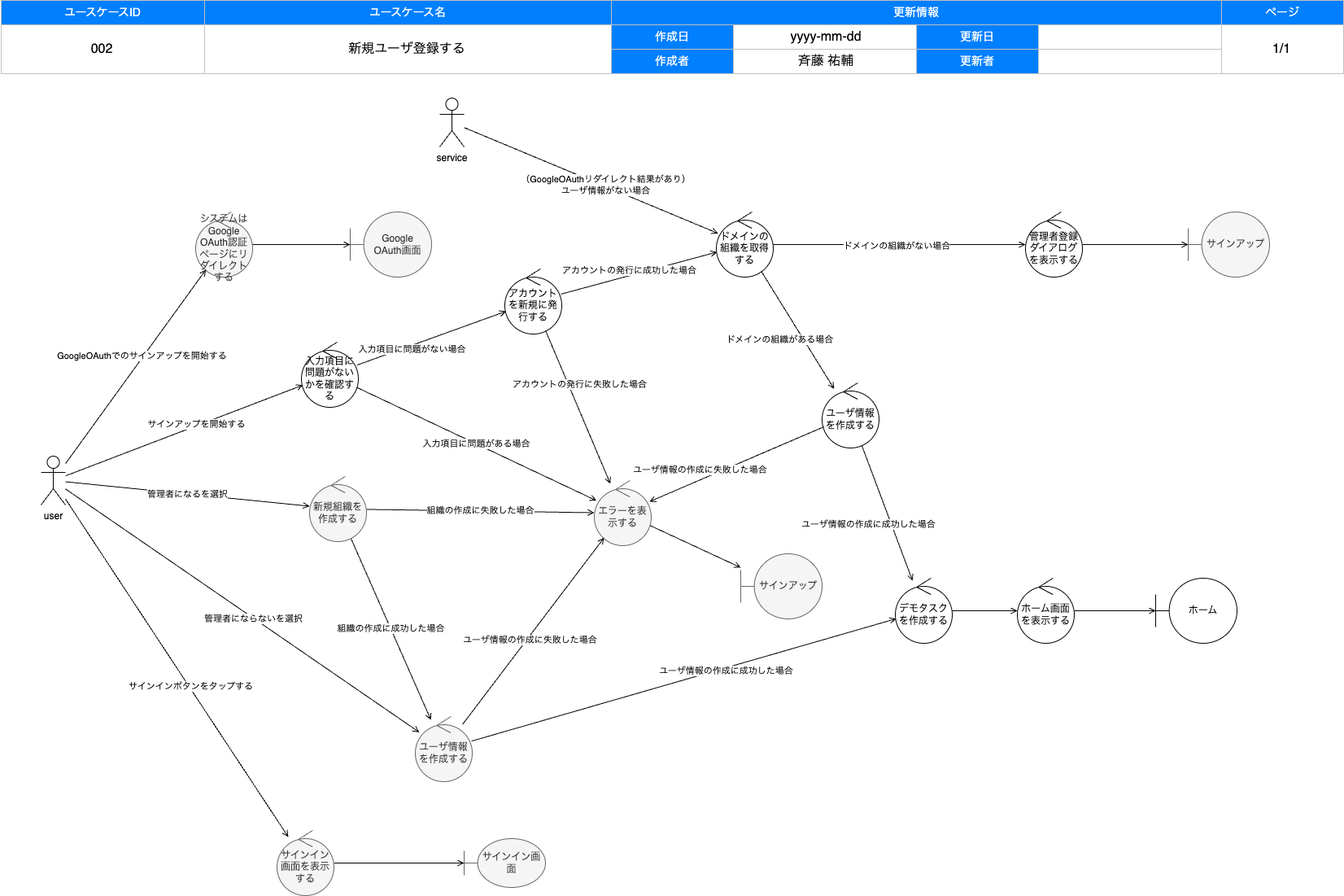
The draw.io diagram documents/authentication/002_signUp.drawio.png in uskithub/CABoilerplate, before a commit. Source tidied: cells renumbered, new cells last; positions are measured from the earlier drawing's top-left corner, leaving out a move shared by most shapes. The source it was exported from:
```xml
<mxGraphModel background="#FFFFFF">
  <root>
    <mxCell id="0" />
    <mxCell id="1" parent="0" />
    <mxCell id="2" style="group;" parent="1" vertex="1">
      <mxGeometry x="1" width="1650" height="90" as="geometry" />
    </mxCell>
    <mxCell id="3" value="ユースケースID" style="rounded=0;whiteSpace=wrap;html=1;strokeColor=#C0C0C0;fontSize=14;labelBorderColor=none;labelBackgroundColor=none;fillColor=#007FFF;fontColor=#FFFFFF;" parent="2" vertex="1">
      <mxGeometry width="250" height="30" as="geometry" />
    </mxCell>
    <mxCell id="4" value="ユースケース名" style="rounded=0;whiteSpace=wrap;html=1;strokeColor=#C0C0C0;fontSize=14;labelBorderColor=none;labelBackgroundColor=none;fillColor=#007FFF;fontColor=#FFFFFF;" parent="2" vertex="1">
      <mxGeometry x="250" width="500" height="30" as="geometry" />
    </mxCell>
    <mxCell id="5" value="更新情報" style="rounded=0;whiteSpace=wrap;html=1;strokeColor=#C0C0C0;fontSize=14;labelBorderColor=none;labelBackgroundColor=none;fillColor=#007FFF;fontColor=#FFFFFF;" parent="2" vertex="1">
      <mxGeometry x="750" width="750" height="30" as="geometry" />
    </mxCell>
    <mxCell id="6" value="ページ" style="rounded=0;whiteSpace=wrap;html=1;strokeColor=#C0C0C0;fontSize=14;labelBorderColor=none;labelBackgroundColor=none;fillColor=#007FFF;fontColor=#FFFFFF;" parent="2" vertex="1">
      <mxGeometry x="1500" width="150" height="30" as="geometry" />
    </mxCell>
    <mxCell id="7" value="&lt;span style=&quot;color: rgba(0 , 0 , 0 , 0) ; font-family: monospace ; font-size: 0px&quot;&gt;%3CmxGraphModel%3E%3Croot%3E%3CmxCell%20id%3D%220%22%2F%3E%3CmxCell%20id%3D%221%22%20parent%3D%220%22%2F%3E%3CmxCell%20id%3D%222%22%20value%3D%22003%22%20style%3D%22text%3Bhtml%3D1%3BstrokeColor%3Dnone%3BfillColor%3Dnone%3Balign%3Dcenter%3BverticalAlign%3Dmiddle%3BwhiteSpace%3Dwrap%3BlabelBackgroundColor%3Dnone%3BfontSize%3D16%3BfontColor%3D%23000000%3B%22%20vertex%3D%221%22%20parent%3D%221%22%3E%3CmxGeometry%20y%3D%2230%22%20width%3D%22250%22%20height%3D%2260%22%20as%3D%22geometry%22%2F%3E%3C%2FmxCell%3E%3C%2Froot%3E%3C%2FmxGraphModel%3E&lt;/span&gt;" style="rounded=0;whiteSpace=wrap;html=1;strokeColor=#C0C0C0;fontSize=14;labelBorderColor=none;labelBackgroundColor=none;fillColor=none;fontColor=#000000;" parent="2" vertex="1">
      <mxGeometry y="30" width="250" height="60" as="geometry" />
    </mxCell>
    <mxCell id="8" style="rounded=0;whiteSpace=wrap;html=1;strokeColor=#C0C0C0;fontSize=14;labelBorderColor=none;labelBackgroundColor=none;fillColor=none;fontColor=#000000;" parent="2" vertex="1">
      <mxGeometry x="250" y="30" width="500" height="60" as="geometry" />
    </mxCell>
    <mxCell id="9" value="作成日" style="rounded=0;whiteSpace=wrap;html=1;strokeColor=#C0C0C0;fontSize=14;labelBorderColor=none;labelBackgroundColor=none;fillColor=#007FFF;fontColor=#FFFFFF;" parent="2" vertex="1">
      <mxGeometry x="750" y="30" width="150" height="30" as="geometry" />
    </mxCell>
    <mxCell id="10" style="rounded=0;whiteSpace=wrap;html=1;strokeColor=#C0C0C0;fontSize=14;labelBorderColor=none;labelBackgroundColor=none;fillColor=none;fontColor=#000000;" parent="2" vertex="1">
      <mxGeometry x="1500" y="30" width="150" height="60" as="geometry" />
    </mxCell>
    <mxCell id="11" value="作成者" style="rounded=0;whiteSpace=wrap;html=1;strokeColor=#C0C0C0;fontSize=14;labelBorderColor=none;labelBackgroundColor=none;fillColor=#007FFF;fontColor=#FFFFFF;" parent="2" vertex="1">
      <mxGeometry x="750" y="60" width="150" height="30" as="geometry" />
    </mxCell>
    <mxCell id="12" value="更新日" style="rounded=0;whiteSpace=wrap;html=1;strokeColor=#C0C0C0;fontSize=14;labelBorderColor=none;labelBackgroundColor=none;fillColor=#007FFF;fontColor=#FFFFFF;" parent="2" vertex="1">
      <mxGeometry x="1125" y="30" width="150" height="30" as="geometry" />
    </mxCell>
    <mxCell id="13" value="更新者" style="rounded=0;whiteSpace=wrap;html=1;strokeColor=#C0C0C0;fontSize=14;labelBorderColor=none;labelBackgroundColor=none;fillColor=#007FFF;fontColor=#FFFFFF;" parent="2" vertex="1">
      <mxGeometry x="1125" y="60" width="150" height="30" as="geometry" />
    </mxCell>
    <mxCell id="14" style="rounded=0;whiteSpace=wrap;html=1;strokeColor=#C0C0C0;fontSize=14;labelBorderColor=none;labelBackgroundColor=none;fillColor=none;fontColor=#000000;" parent="2" vertex="1">
      <mxGeometry x="900" y="30" width="225" height="30" as="geometry" />
    </mxCell>
    <mxCell id="15" style="rounded=0;whiteSpace=wrap;html=1;strokeColor=#C0C0C0;fontSize=14;labelBorderColor=none;labelBackgroundColor=none;fillColor=none;fontColor=#000000;" parent="2" vertex="1">
      <mxGeometry x="1275" y="30" width="225" height="30" as="geometry" />
    </mxCell>
    <mxCell id="16" style="rounded=0;whiteSpace=wrap;html=1;strokeColor=#C0C0C0;fontSize=14;labelBorderColor=none;labelBackgroundColor=none;fillColor=none;fontColor=#000000;" parent="2" vertex="1">
      <mxGeometry x="900" y="60" width="225" height="30" as="geometry" />
    </mxCell>
    <mxCell id="17" style="rounded=0;whiteSpace=wrap;html=1;strokeColor=#C0C0C0;fontSize=14;labelBorderColor=none;labelBackgroundColor=none;fillColor=none;fontColor=#000000;" parent="2" vertex="1">
      <mxGeometry x="1275" y="60" width="225" height="30" as="geometry" />
    </mxCell>
    <mxCell id="18" value="ドキュメント情報" parent="0" />
    <mxCell id="19" value="新規ユーザ登録する" style="text;html=1;strokeColor=none;fillColor=none;align=center;verticalAlign=middle;whiteSpace=wrap;labelBackgroundColor=none;fontSize=16;fontColor=#000000;" parent="18" vertex="1">
      <mxGeometry x="250" y="30" width="500" height="60" as="geometry" />
    </mxCell>
    <mxCell id="20" value="斉藤 祐輔" style="text;html=1;strokeColor=none;fillColor=none;align=center;verticalAlign=middle;whiteSpace=wrap;labelBackgroundColor=none;fontSize=16;fontColor=#000000;" parent="18" vertex="1">
      <mxGeometry x="900" y="60" width="230" height="30" as="geometry" />
    </mxCell>
    <mxCell id="21" value="1/1" style="text;html=1;strokeColor=none;fillColor=none;align=center;verticalAlign=middle;whiteSpace=wrap;labelBackgroundColor=none;fontSize=16;fontColor=#000000;" parent="18" vertex="1">
      <mxGeometry x="1500" y="30" width="150" height="60" as="geometry" />
    </mxCell>
    <mxCell id="22" value="yyyy-mm-dd" style="text;html=1;strokeColor=none;fillColor=none;align=center;verticalAlign=middle;whiteSpace=wrap;labelBackgroundColor=none;fontSize=16;fontColor=#000000;" parent="18" vertex="1">
      <mxGeometry x="900" y="30" width="230" height="30" as="geometry" />
    </mxCell>
    <mxCell id="23" value="002" style="text;html=1;strokeColor=none;fillColor=none;align=center;verticalAlign=middle;whiteSpace=wrap;labelBackgroundColor=none;fontSize=16;fontColor=#000000;" parent="18" vertex="1">
      <mxGeometry y="30" width="250" height="60" as="geometry" />
    </mxCell>
    <mxCell id="24" value="ロバストネス図" parent="0" />
    <mxCell id="25" style="edgeStyle=none;html=1;endArrow=open;endFill=0;" parent="24" edge="1" source="29" target="44">
      <mxGeometry relative="1" as="geometry" />
    </mxCell>
    <mxCell id="26" value="入力項目に問題がない場合" style="edgeLabel;html=1;align=center;verticalAlign=middle;" parent="25" vertex="1">
      <mxGeometry x="-0.29" y="-4" relative="1" as="geometry">
        <mxPoint x="1" as="offset" />
      </mxGeometry>
    </mxCell>
    <mxCell id="27" style="edgeStyle=none;html=1;endArrow=open;endFill=0;" parent="24" edge="1" source="29" target="39">
      <mxGeometry relative="1" as="geometry" />
    </mxCell>
    <mxCell id="28" value="入力項目に問題がある場合" style="edgeLabel;html=1;align=center;verticalAlign=middle;" parent="27" vertex="1">
      <mxGeometry x="-0.01" y="1" relative="1" as="geometry">
        <mxPoint y="1" as="offset" />
      </mxGeometry>
    </mxCell>
    <mxCell id="29" value="入力項目に問題がないかを確認する" style="ellipse;shape=umlControl;whiteSpace=wrap;html=1;" parent="24" vertex="1">
      <mxGeometry x="370" y="420" width="70" height="80" as="geometry" />
    </mxCell>
    <mxCell id="30" style="edgeStyle=none;html=1;endArrow=open;endFill=0;" parent="24" edge="1" source="35" target="29">
      <mxGeometry relative="1" as="geometry" />
    </mxCell>
    <mxCell id="31" value="サインアップを開始する" style="edgeLabel;html=1;align=center;verticalAlign=middle;" parent="30" vertex="1">
      <mxGeometry x="0.11" y="2" relative="1" as="geometry" />
    </mxCell>
    <mxCell id="32" value="管理者になるを選択" style="edgeStyle=none;html=1;endArrow=open;endFill=0;" parent="24" edge="1" source="35" target="75">
      <mxGeometry relative="1" as="geometry" />
    </mxCell>
    <mxCell id="33" style="edgeStyle=none;html=1;endArrow=open;endFill=0;" parent="24" edge="1" source="35" target="80">
      <mxGeometry relative="1" as="geometry" />
    </mxCell>
    <mxCell id="34" value="管理者にならないを選択" style="edgeLabel;html=1;align=center;verticalAlign=middle;" parent="33" vertex="1">
      <mxGeometry x="0.06" y="-1" relative="1" as="geometry" />
    </mxCell>
    <mxCell id="35" value="user" style="shape=umlActor;verticalLabelPosition=bottom;verticalAlign=top;html=1;" parent="24" vertex="1">
      <mxGeometry x="50" y="560" width="30" height="60" as="geometry" />
    </mxCell>
    <mxCell id="36" style="edgeStyle=none;html=1;endArrow=open;endFill=0;" parent="24" edge="1" source="37" target="40">
      <mxGeometry relative="1" as="geometry" />
    </mxCell>
    <mxCell id="37" value="ホーム画面を表示する" style="ellipse;shape=umlControl;whiteSpace=wrap;html=1;" parent="24" vertex="1">
      <mxGeometry x="1250" y="710" width="70" height="80" as="geometry" />
    </mxCell>
    <mxCell id="38" style="edgeStyle=none;html=1;endArrow=open;endFill=0;" parent="24" edge="1" source="39" target="41">
      <mxGeometry relative="1" as="geometry" />
    </mxCell>
    <mxCell id="39" value="エラーを表示する" style="ellipse;shape=umlControl;whiteSpace=wrap;html=1;fillColor=#f5f5f5;strokeColor=#666666;fontColor=#333333;" parent="24" vertex="1">
      <mxGeometry x="730" y="590" width="70" height="80" as="geometry" />
    </mxCell>
    <mxCell id="40" value="ホーム" style="shape=umlBoundary;whiteSpace=wrap;html=1;" parent="24" vertex="1">
      <mxGeometry x="1420" y="710" width="100" height="80" as="geometry" />
    </mxCell>
    <mxCell id="41" value="サインアップ" style="shape=umlBoundary;whiteSpace=wrap;html=1;fillColor=#f5f5f5;fontColor=#333333;strokeColor=#666666;" parent="24" vertex="1">
      <mxGeometry x="910" y="680" width="100" height="80" as="geometry" />
    </mxCell>
    <mxCell id="42" style="edgeStyle=none;html=1;endArrow=open;endFill=0;" parent="24" edge="1" source="44" target="65">
      <mxGeometry relative="1" as="geometry" />
    </mxCell>
    <mxCell id="43" value="アカウントの発行に成功した場合" style="edgeLabel;html=1;align=center;verticalAlign=middle;" parent="42" vertex="1">
      <mxGeometry x="0.16" y="-1" relative="1" as="geometry">
        <mxPoint x="-28" as="offset" />
      </mxGeometry>
    </mxCell>
    <mxCell id="44" value="アカウントを新規に発行する" style="ellipse;shape=umlControl;whiteSpace=wrap;html=1;" parent="24" vertex="1">
      <mxGeometry x="620" y="330" width="70" height="80" as="geometry" />
    </mxCell>
    <mxCell id="45" style="edgeStyle=none;html=1;endArrow=open;endFill=0;" parent="24" edge="1" source="44" target="39">
      <mxGeometry relative="1" as="geometry" />
    </mxCell>
    <mxCell id="46" value="アカウントの発行に失敗した場合" style="edgeLabel;html=1;align=center;verticalAlign=middle;" parent="45" vertex="1">
      <mxGeometry x="0.16" y="-1" relative="1" as="geometry">
        <mxPoint x="-4" y="-44" as="offset" />
      </mxGeometry>
    </mxCell>
    <mxCell id="47" value="システムはGoogle OAuth認証ページにリダイレクトする" style="ellipse;shape=umlControl;whiteSpace=wrap;html=1;fillColor=#f5f5f5;fontColor=#333333;strokeColor=#666666;" parent="24" vertex="1">
      <mxGeometry x="240" y="260" width="70" height="80" as="geometry" />
    </mxCell>
    <mxCell id="48" style="edgeStyle=none;html=1;endArrow=open;endFill=0;" parent="24" edge="1" source="35" target="47">
      <mxGeometry relative="1" as="geometry" />
    </mxCell>
    <mxCell id="49" value="GoogleOAuthでのサインアップを開始する" style="edgeLabel;html=1;align=center;verticalAlign=middle;" parent="48" vertex="1">
      <mxGeometry x="0.11" y="2" relative="1" as="geometry" />
    </mxCell>
    <mxCell id="50" value="Google&lt;br&gt;OAuth画面" style="shape=umlBoundary;whiteSpace=wrap;html=1;fillColor=#f5f5f5;fontColor=#333333;strokeColor=#666666;" parent="24" vertex="1">
      <mxGeometry x="430" y="260" width="100" height="80" as="geometry" />
    </mxCell>
    <mxCell id="51" style="edgeStyle=none;html=1;endArrow=open;endFill=0;" parent="24" edge="1" source="47" target="50">
      <mxGeometry relative="1" as="geometry" />
    </mxCell>
    <mxCell id="52" style="edgeStyle=none;html=1;endArrow=open;endFill=0;" parent="24" edge="1" source="53" target="56">
      <mxGeometry relative="1" as="geometry" />
    </mxCell>
    <mxCell id="53" value="サインイン画面を表示する" style="ellipse;shape=umlControl;whiteSpace=wrap;html=1;fillColor=#f5f5f5;fontColor=#333333;strokeColor=#666666;" parent="24" vertex="1">
      <mxGeometry x="340" y="1020" width="70" height="80" as="geometry" />
    </mxCell>
    <mxCell id="54" style="edgeStyle=none;html=1;endArrow=open;endFill=0;" parent="24" edge="1" source="35" target="53">
      <mxGeometry relative="1" as="geometry" />
    </mxCell>
    <mxCell id="55" value="サインインボタンをタップする" style="edgeLabel;html=1;align=center;verticalAlign=middle;" parent="54" vertex="1">
      <mxGeometry x="0.11" y="2" relative="1" as="geometry" />
    </mxCell>
    <mxCell id="56" value="サインイン画面" style="shape=umlBoundary;whiteSpace=wrap;html=1;fillColor=#f5f5f5;fontColor=#333333;strokeColor=#666666;" parent="24" vertex="1">
      <mxGeometry x="570" y="1030" width="100" height="60" as="geometry" />
    </mxCell>
    <mxCell id="57" value="service" style="shape=umlActor;verticalLabelPosition=bottom;verticalAlign=top;html=1;" parent="24" vertex="1">
      <mxGeometry x="540" y="120" width="30" height="60" as="geometry" />
    </mxCell>
    <mxCell id="58" style="edgeStyle=none;html=1;endArrow=open;endFill=0;" parent="24" edge="1" source="57" target="65">
      <mxGeometry relative="1" as="geometry" />
    </mxCell>
    <mxCell id="59" value="（GoogleOAuthリダイレクト結果があり）&lt;br&gt;ユーザ情報がない場合" style="edgeLabel;html=1;align=center;verticalAlign=middle;" parent="58" vertex="1">
      <mxGeometry x="0.11" y="2" relative="1" as="geometry" />
    </mxCell>
    <mxCell id="60" value="ユーザ情報を作成する" style="ellipse;shape=umlControl;whiteSpace=wrap;html=1;" parent="24" vertex="1">
      <mxGeometry x="1010" y="470" width="70" height="80" as="geometry" />
    </mxCell>
    <mxCell id="61" style="edgeStyle=none;html=1;endArrow=open;endFill=0;" parent="24" edge="1" source="60" target="81">
      <mxGeometry relative="1" as="geometry" />
    </mxCell>
    <mxCell id="62" value="ユーザ情報の作成に成功した場合" style="edgeLabel;html=1;align=center;verticalAlign=middle;" parent="61" vertex="1">
      <mxGeometry x="0.16" y="-1" relative="1" as="geometry">
        <mxPoint x="-28" as="offset" />
      </mxGeometry>
    </mxCell>
    <mxCell id="63" style="edgeStyle=none;html=1;endArrow=open;endFill=0;" parent="24" edge="1" source="60" target="39">
      <mxGeometry relative="1" as="geometry" />
    </mxCell>
    <mxCell id="64" value="ユーザ情報の作成に失敗した場合" style="edgeLabel;html=1;align=center;verticalAlign=middle;" parent="63" vertex="1">
      <mxGeometry x="0.16" y="-1" relative="1" as="geometry">
        <mxPoint x="-28" as="offset" />
      </mxGeometry>
    </mxCell>
    <mxCell id="65" value="ドメインの組織を取得する" style="ellipse;shape=umlControl;whiteSpace=wrap;html=1;" parent="24" vertex="1">
      <mxGeometry x="880" y="260" width="70" height="80" as="geometry" />
    </mxCell>
    <mxCell id="66" style="edgeStyle=none;html=1;endArrow=open;endFill=0;" parent="24" edge="1" source="65" target="60">
      <mxGeometry relative="1" as="geometry" />
    </mxCell>
    <mxCell id="67" value="ドメインの組織がある場合" style="edgeLabel;html=1;align=center;verticalAlign=middle;" parent="66" vertex="1">
      <mxGeometry x="0.16" y="-1" relative="1" as="geometry">
        <mxPoint x="-28" as="offset" />
      </mxGeometry>
    </mxCell>
    <mxCell id="68" style="edgeStyle=none;html=1;endArrow=open;endFill=0;" parent="24" edge="1" source="65" target="71">
      <mxGeometry relative="1" as="geometry" />
    </mxCell>
    <mxCell id="69" value="ドメインの組織がない場合" style="edgeLabel;html=1;align=center;verticalAlign=middle;" parent="68" vertex="1">
      <mxGeometry x="0.16" y="-1" relative="1" as="geometry">
        <mxPoint x="-28" as="offset" />
      </mxGeometry>
    </mxCell>
    <mxCell id="70" style="edgeStyle=none;html=1;endArrow=open;endFill=0;" parent="24" edge="1" source="71" target="72">
      <mxGeometry relative="1" as="geometry" />
    </mxCell>
    <mxCell id="71" value="管理者登録ダイアログを表示する" style="ellipse;shape=umlControl;whiteSpace=wrap;html=1;" parent="24" vertex="1">
      <mxGeometry x="1260" y="260" width="70" height="80" as="geometry" />
    </mxCell>
    <mxCell id="72" value="サインアップ" style="shape=umlBoundary;whiteSpace=wrap;html=1;fillColor=#f5f5f5;fontColor=#333333;strokeColor=#666666;" parent="24" vertex="1">
      <mxGeometry x="1460" y="260" width="100" height="80" as="geometry" />
    </mxCell>
    <mxCell id="73" value="組織の作成に成功した場合" style="edgeStyle=none;html=1;endArrow=open;endFill=0;" parent="24" edge="1" source="75" target="80">
      <mxGeometry relative="1" as="geometry" />
    </mxCell>
    <mxCell id="74" value="組織の作成に失敗した場合" style="edgeStyle=none;html=1;endArrow=open;endFill=0;" parent="24" edge="1" source="75" target="39">
      <mxGeometry relative="1" as="geometry" />
    </mxCell>
    <mxCell id="75" value="新規組織を作成する" style="ellipse;shape=umlControl;whiteSpace=wrap;html=1;fillColor=#f5f5f5;fontColor=#333333;strokeColor=#666666;" parent="24" vertex="1">
      <mxGeometry x="380" y="585" width="70" height="80" as="geometry" />
    </mxCell>
    <mxCell id="76" style="edgeStyle=none;html=1;endArrow=open;endFill=0;" parent="24" edge="1" source="80" target="81">
      <mxGeometry relative="1" as="geometry" />
    </mxCell>
    <mxCell id="77" value="ユーザ情報の作成に成功した場合" style="edgeLabel;html=1;align=center;verticalAlign=middle;" parent="76" vertex="1">
      <mxGeometry x="0.19" y="-3" relative="1" as="geometry" />
    </mxCell>
    <mxCell id="78" style="edgeStyle=none;html=1;endArrow=open;endFill=0;" parent="24" edge="1" source="80" target="39">
      <mxGeometry relative="1" as="geometry" />
    </mxCell>
    <mxCell id="79" value="ユーザ情報の作成に失敗した場合" style="edgeLabel;html=1;align=center;verticalAlign=middle;" parent="78" vertex="1">
      <mxGeometry x="-0.09" y="-2" relative="1" as="geometry">
        <mxPoint x="1" as="offset" />
      </mxGeometry>
    </mxCell>
    <mxCell id="80" value="ユーザ情報を作成する" style="ellipse;shape=umlControl;whiteSpace=wrap;html=1;fillColor=#f5f5f5;fontColor=#333333;strokeColor=#666666;" parent="24" vertex="1">
      <mxGeometry x="510" y="880" width="70" height="80" as="geometry" />
    </mxCell>
    <mxCell id="81" value="デモタスクを作成する" style="ellipse;shape=umlControl;whiteSpace=wrap;html=1;" parent="24" vertex="1">
      <mxGeometry x="1100" y="710" width="70" height="80" as="geometry" />
    </mxCell>
    <mxCell id="82" style="edgeStyle=none;html=1;endArrow=open;endFill=0;" parent="24" edge="1" source="81" target="37">
      <mxGeometry relative="1" as="geometry" />
    </mxCell>
  </root>
</mxGraphModel>
```
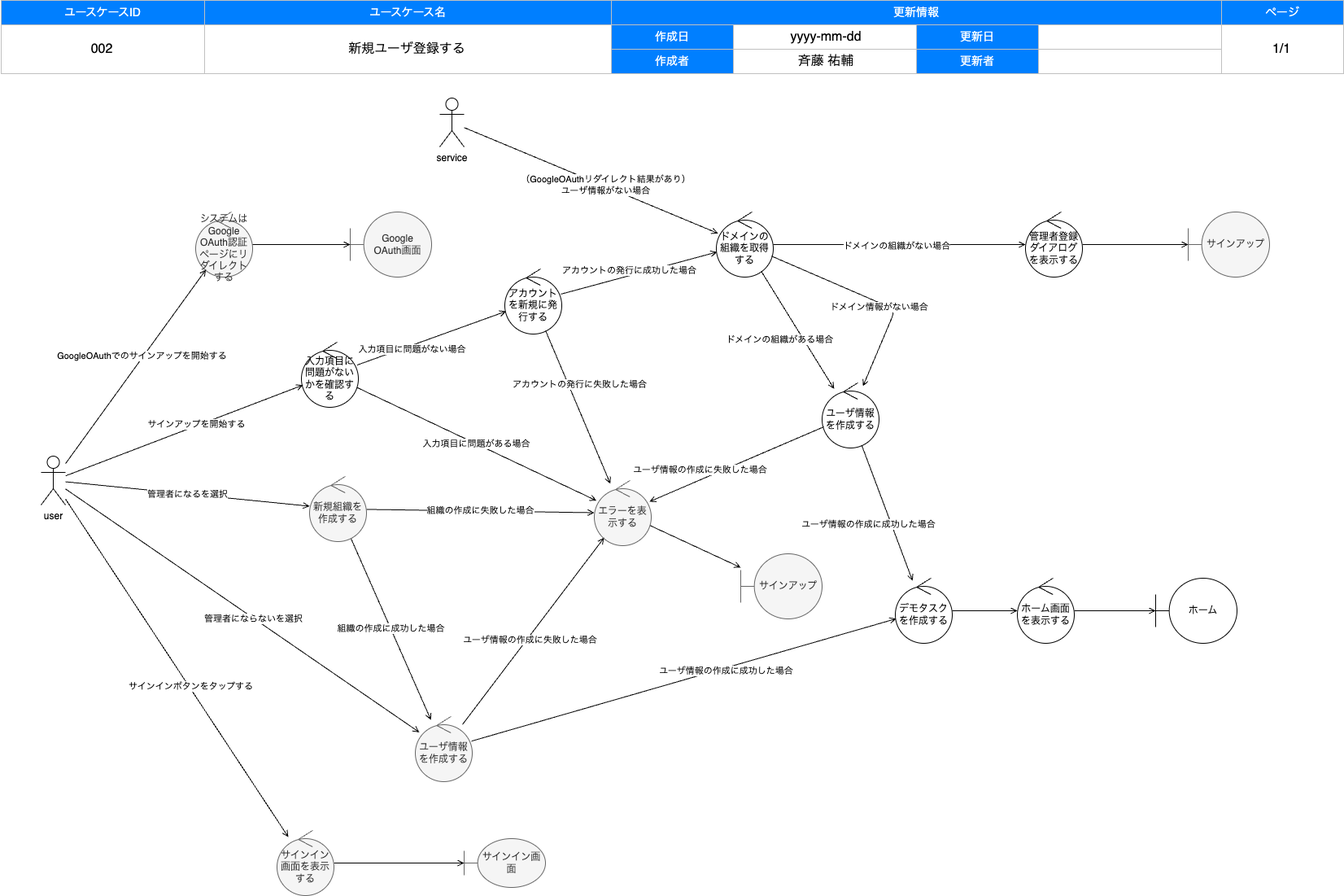
After the change.

The edit, as a diff of the source:
```diff
@@ -259,5 +259,17 @@
     <mxCell id="82" style="edgeStyle=none;html=1;endArrow=open;endFill=0;" parent="24" edge="1" source="81" target="37">
       <mxGeometry relative="1" as="geometry" />
     </mxCell>
+    <mxCell id="83" style="edgeStyle=none;html=1;endArrow=open;endFill=0;" parent="24" edge="1" source="65" target="60">
+      <mxGeometry relative="1" as="geometry">
+        <Array as="points">
+          <mxPoint x="1100" y="380" />
+        </Array>
+      </mxGeometry>
+    </mxCell>
+    <mxCell id="84" value="ドメイン情報がない場合" style="edgeLabel;html=1;align=center;verticalAlign=middle;" parent="83" vertex="1">
+      <mxGeometry x="0.16" y="-1" relative="1" as="geometry">
+        <mxPoint x="-10" as="offset" />
+      </mxGeometry>
+    </mxCell>
   </root>
 </mxGraphModel>
```
